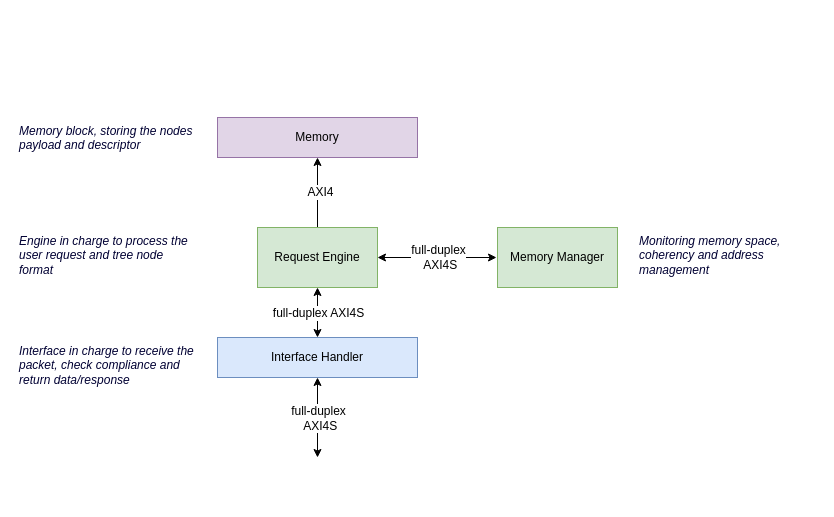
dpretet/bster keeps this draw.io diagram as page "Architecture" (1 of 6) of doc/figures.drawio.xml. Above is the earlier version. Source tidied: cells renumbered, new cells numbered last; positions are measured from the earlier drawing's top-left corner, leaving out a move shared by most shapes. Both pictures are drawn from the tidied source at 100%, with x=0, y=0 at pixel (17, 117).
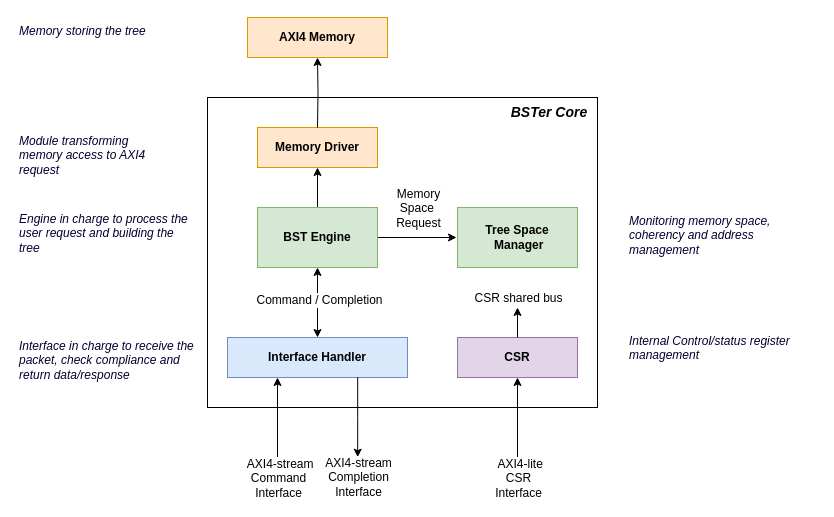
Above is the later version.

Unchanged cells that the change refers to:
```xml
<mxCell id="9" style="edgeStyle=orthogonalEdgeStyle;rounded=0;jettySize=auto;html=1;startArrow=classic;startFill=1;" parent="1" edge="1" source="13" target="8">
  <mxGeometry relative="1" as="geometry" />
</mxCell>
```

The edit, as a diff of the source:
```diff
@@
+    <mxCell id="18" value="BSTer Core&amp;nbsp;&amp;nbsp;" style="rounded=0;whiteSpace=wrap;html=1;align=right;verticalAlign=top;fontStyle=3;fontSize=14;" parent="1" vertex="1">
+      <mxGeometry x="190" y="-20" width="390" height="310" as="geometry" />
+    </mxCell>
-    <mxCell id="2" value="Memory" style="rounded=0;whiteSpace=wrap;html=1;fillColor=#e1d5e7;strokeColor=#9673a6;" parent="1" vertex="1">
-      <mxGeometry x="200" width="200" height="40" as="geometry" />
+    <mxCell id="2" value="AXI4 Memory" style="rounded=0;whiteSpace=wrap;html=1;fillColor=#ffe6cc;strokeColor=#d79b00;fontStyle=1;" parent="1" vertex="1">
+      <mxGeometry x="230" y="-100" width="140" height="40" as="geometry" />
     </mxCell>
-    <mxCell id="3" value="Memory Manager" style="rounded=0;whiteSpace=wrap;html=1;fillColor=#d5e8d4;strokeColor=#82b366;perimeterSpacing=1;" parent="1" vertex="1">
-      <mxGeometry x="480" y="110" width="120" height="60" as="geometry" />
+    <mxCell id="3" value="Tree Space&lt;br&gt;&amp;nbsp;Manager" style="rounded=0;whiteSpace=wrap;html=1;fillColor=#d5e8d4;strokeColor=#82b366;perimeterSpacing=1;fontStyle=1;" parent="1" vertex="1">
+      <mxGeometry x="440" y="90" width="120" height="60" as="geometry" />
     </mxCell>
-    <mxCell id="4" style="edgeStyle=orthogonalEdgeStyle;rounded=0;jettySize=auto;html=1;startArrow=classic;startFill=1;" parent="1" edge="1" source="8" target="3">
+    <mxCell id="4" style="edgeStyle=orthogonalEdgeStyle;rounded=0;jettySize=auto;html=1;startArrow=none;startFill=0;" parent="1" edge="1" source="8" target="3">
       <mxGeometry relative="1" as="geometry" />
     </mxCell>
-    <mxCell id="5" value="full-duplex&lt;br&gt;&amp;nbsp;AXI4S" style="text;html=1;align=center;verticalAlign=middle;labelBackgroundColor=#ffffff;" parent="4" vertex="1">
-      <mxGeometry x="0.01" y="1" relative="1" as="geometry" />
+    <mxCell id="5" value="Memory &lt;br&gt;Space&amp;nbsp;&lt;br&gt;Request" style="text;html=1;align=center;verticalAlign=middle;labelBackgroundColor=none;" parent="4" vertex="1">
+      <mxGeometry x="0.01" y="1" relative="1" as="geometry">
+        <mxPoint y="-29" as="offset" />
+      </mxGeometry>
     </mxCell>
-    <mxCell id="6" style="edgeStyle=orthogonalEdgeStyle;rounded=0;jettySize=auto;html=1;" parent="1" edge="1" source="8" target="2">
+    <mxCell id="6" style="edgeStyle=orthogonalEdgeStyle;rounded=0;jettySize=auto;html=1;entryX=0.5;entryY=1;entryDx=0;entryDy=0;" parent="1" edge="1" source="8" target="29">
       <mxGeometry relative="1" as="geometry" />
     </mxCell>
-    <mxCell id="7" value="AXI4" style="text;html=1;align=center;verticalAlign=middle;labelBackgroundColor=#ffffff;" parent="6" vertex="1">
-      <mxGeometry x="0.03" y="-2" relative="1" as="geometry" />
-    </mxCell>
-    <mxCell id="8" value="Request Engine" style="rounded=0;whiteSpace=wrap;html=1;fillColor=#d5e8d4;strokeColor=#82b366;" parent="1" vertex="1">
-      <mxGeometry x="240" y="110" width="120" height="60" as="geometry" />
+    <mxCell id="8" value="BST Engine" style="rounded=0;whiteSpace=wrap;html=1;fillColor=#d5e8d4;strokeColor=#82b366;fontStyle=1;" parent="1" vertex="1">
+      <mxGeometry x="240" y="90" width="120" height="60" as="geometry" />
     </mxCell>
@@
-    <mxCell id="10" value="full-duplex AXI4S" style="text;html=1;align=center;verticalAlign=middle;labelBackgroundColor=#ffffff;" parent="9" vertex="1">
-      <mxGeometry x="0.04" relative="1" as="geometry">
-        <mxPoint y="1" as="offset" />
-      </mxGeometry>
-    </mxCell>
+    <mxCell id="19" style="text;html=1;align=center;verticalAlign=middle;labelBackgroundColor=#ffffff;fontSize=14;" parent="9" vertex="1">
+      <mxGeometry x="0.43" relative="1" as="geometry" />
+    </mxCell>
+    <mxCell id="20" value="Command / Completion" style="text;html=1;align=center;verticalAlign=middle;labelBackgroundColor=#ffffff;fontSize=12;" parent="9" vertex="1">
+      <mxGeometry x="0.09" y="-1" relative="1" as="geometry" />
+    </mxCell>
-    <mxCell id="11" style="edgeStyle=orthogonalEdgeStyle;rounded=0;jettySize=auto;html=1;startArrow=classic;startFill=1;" parent="1" edge="1" source="13">
+    <mxCell id="11" style="edgeStyle=orthogonalEdgeStyle;rounded=0;orthogonalLoop=1;jettySize=auto;html=1;startArrow=none;startFill=0;" parent="1" edge="1">
       <mxGeometry relative="1" as="geometry">
-        <mxPoint x="300" y="340" as="targetPoint" />
+        <mxPoint x="260" y="340" as="sourcePoint" />
+        <mxPoint x="260" y="260" as="targetPoint" />
       </mxGeometry>
     </mxCell>
-    <mxCell id="12" value="full-duplex&lt;br&gt;&amp;nbsp;AXI4S" style="text;html=1;align=center;verticalAlign=middle;labelBackgroundColor=#ffffff;" parent="11" vertex="1">
+    <mxCell id="12" value="&amp;nbsp;AXI4-stream&lt;br&gt;Command&lt;br&gt;Interface" style="text;html=1;align=center;verticalAlign=middle;labelBackgroundColor=#ffffff;" parent="11" vertex="1">
       <mxGeometry x="-0.17" y="-1" relative="1" as="geometry">
-        <mxPoint x="1" y="7" as="offset" />
+        <mxPoint x="-1" y="53" as="offset" />
       </mxGeometry>
     </mxCell>
-    <mxCell id="13" value="Interface Handler&lt;br&gt;" style="rounded=0;whiteSpace=wrap;html=1;fillColor=#dae8fc;strokeColor=#6c8ebf;" parent="1" vertex="1">
-      <mxGeometry x="200" y="220" width="200" height="40" as="geometry" />
+    <mxCell id="13" value="Interface Handler&lt;br&gt;" style="rounded=0;whiteSpace=wrap;html=1;fillColor=#dae8fc;strokeColor=#6c8ebf;fontStyle=1;" parent="1" vertex="1">
+      <mxGeometry x="210" y="220" width="180" height="40" as="geometry" />
     </mxCell>
-    <mxCell id="14" value="Memory block, storing the nodes payload and descriptor" style="text;html=1;strokeColor=none;fillColor=none;align=left;verticalAlign=top;whiteSpace=wrap;rounded=0;fontColor=#000033;fontStyle=2;" parent="1" vertex="1">
-      <mxGeometry width="180" height="80" as="geometry" />
+    <mxCell id="14" value="Memory storing the tree" style="text;html=1;strokeColor=none;fillColor=none;align=left;verticalAlign=top;whiteSpace=wrap;rounded=0;fontColor=#000033;fontStyle=2;" parent="1" vertex="1">
+      <mxGeometry y="-100" width="180" height="40" as="geometry" />
     </mxCell>
-    <mxCell id="15" value="Engine in charge to process the user request and tree node format" style="text;html=1;strokeColor=none;fillColor=none;align=left;verticalAlign=top;whiteSpace=wrap;rounded=0;fontColor=#000033;fontStyle=2;" parent="1" vertex="1">
-      <mxGeometry y="110" width="180" height="80" as="geometry" />
+    <mxCell id="15" value="Engine in charge to process the user request and building the tree" style="text;html=1;strokeColor=none;fillColor=none;align=left;verticalAlign=top;whiteSpace=wrap;rounded=0;fontColor=#000033;fontStyle=2;" parent="1" vertex="1">
+      <mxGeometry y="87.5" width="180" height="65" as="geometry" />
     </mxCell>
     <mxCell id="16" value="Interface in charge to receive the packet, check compliance and return data/response" style="text;html=1;strokeColor=none;fillColor=none;align=left;verticalAlign=top;whiteSpace=wrap;rounded=0;fontColor=#000033;fontStyle=2;" parent="1" vertex="1">
-      <mxGeometry y="220" width="180" height="80" as="geometry" />
+      <mxGeometry y="215" width="180" height="50" as="geometry" />
     </mxCell>
     <mxCell id="17" value="Monitoring memory space, coherency and address management&amp;nbsp;" style="text;html=1;strokeColor=none;fillColor=none;align=left;verticalAlign=top;whiteSpace=wrap;rounded=0;fontColor=#000033;fontStyle=2;" parent="1" vertex="1">
-      <mxGeometry x="620" y="110" width="180" height="60" as="geometry" />
+      <mxGeometry x="610" y="90" width="180" height="60" as="geometry" />
     </mxCell>
+    <mxCell id="21" style="edgeStyle=orthogonalEdgeStyle;rounded=0;orthogonalLoop=1;jettySize=auto;html=1;startArrow=none;startFill=0;" parent="1" edge="1">
+      <mxGeometry relative="1" as="geometry">
+        <mxPoint x="340.2" y="259.7" as="sourcePoint" />
+        <mxPoint x="340.2" y="339.7" as="targetPoint" />
+        <Array as="points">
+          <mxPoint x="340.5" y="300" />
+          <mxPoint x="340.5" y="300" />
+        </Array>
+      </mxGeometry>
+    </mxCell>
+    <mxCell id="22" value="AXI4-stream&lt;br&gt;Completion&lt;br&gt;Interface" style="text;html=1;align=center;verticalAlign=middle;labelBackgroundColor=#ffffff;" parent="21" vertex="1">
+      <mxGeometry x="-0.17" y="-1" relative="1" as="geometry">
+        <mxPoint x="1.5" y="67" as="offset" />
+      </mxGeometry>
+    </mxCell>
+    <mxCell id="23" value="CSR" style="rounded=0;whiteSpace=wrap;html=1;fillColor=#e1d5e7;strokeColor=#9673a6;perimeterSpacing=1;fontStyle=1;" parent="1" vertex="1">
+      <mxGeometry x="440" y="220" width="120" height="40" as="geometry" />
+    </mxCell>
+    <mxCell id="24" style="edgeStyle=orthogonalEdgeStyle;rounded=0;orthogonalLoop=1;jettySize=auto;html=1;startArrow=none;startFill=0;" parent="1" edge="1">
+      <mxGeometry relative="1" as="geometry">
+        <mxPoint x="500" y="340" as="sourcePoint" />
+        <mxPoint x="500" y="260" as="targetPoint" />
+      </mxGeometry>
+    </mxCell>
+    <mxCell id="25" value="&amp;nbsp;AXI4-lite&lt;br&gt;CSR&lt;br&gt;Interface" style="text;html=1;align=center;verticalAlign=middle;labelBackgroundColor=#ffffff;" parent="24" vertex="1">
+      <mxGeometry x="-0.17" y="-1" relative="1" as="geometry">
+        <mxPoint x="-1" y="53" as="offset" />
+      </mxGeometry>
+    </mxCell>
+    <mxCell id="26" style="edgeStyle=orthogonalEdgeStyle;rounded=0;orthogonalLoop=1;jettySize=auto;html=1;startArrow=none;startFill=0;" parent="1" edge="1">
+      <mxGeometry relative="1" as="geometry">
+        <mxPoint x="500" y="220" as="sourcePoint" />
+        <mxPoint x="500" y="190" as="targetPoint" />
+      </mxGeometry>
+    </mxCell>
+    <mxCell id="27" value="CSR shared bus" style="text;html=1;align=center;verticalAlign=middle;labelBackgroundColor=none;" parent="1" vertex="1">
+      <mxGeometry x="500" y="179.8" as="geometry">
+        <mxPoint y="1" as="offset" />
+      </mxGeometry>
+    </mxCell>
+    <mxCell id="28" value="Internal Control/status register&lt;br&gt;management" style="text;html=1;strokeColor=none;fillColor=none;align=left;verticalAlign=top;whiteSpace=wrap;rounded=0;fontColor=#000033;fontStyle=2;" parent="1" vertex="1">
+      <mxGeometry x="610" y="210" width="180" height="60" as="geometry" />
+    </mxCell>
+    <mxCell id="29" value="Memory Driver" style="rounded=0;whiteSpace=wrap;html=1;fillColor=#ffe6cc;strokeColor=#d79b00;fontStyle=1;" parent="1" vertex="1">
+      <mxGeometry x="240" y="10" width="120" height="40" as="geometry" />
+    </mxCell>
+    <mxCell id="30" style="edgeStyle=orthogonalEdgeStyle;rounded=0;jettySize=auto;html=1;entryX=0.5;entryY=1;entryDx=0;entryDy=0;" parent="1" edge="1" target="2">
+      <mxGeometry relative="1" as="geometry">
+        <mxPoint x="300" y="10" as="sourcePoint" />
+      </mxGeometry>
+    </mxCell>
+    <mxCell id="31" value="Module transforming memory access to AXI4 request" style="text;html=1;strokeColor=none;fillColor=none;align=left;verticalAlign=top;whiteSpace=wrap;rounded=0;fontColor=#000033;fontStyle=2;" parent="1" vertex="1">
+      <mxGeometry y="10" width="150" height="40" as="geometry" />
+    </mxCell>
```
